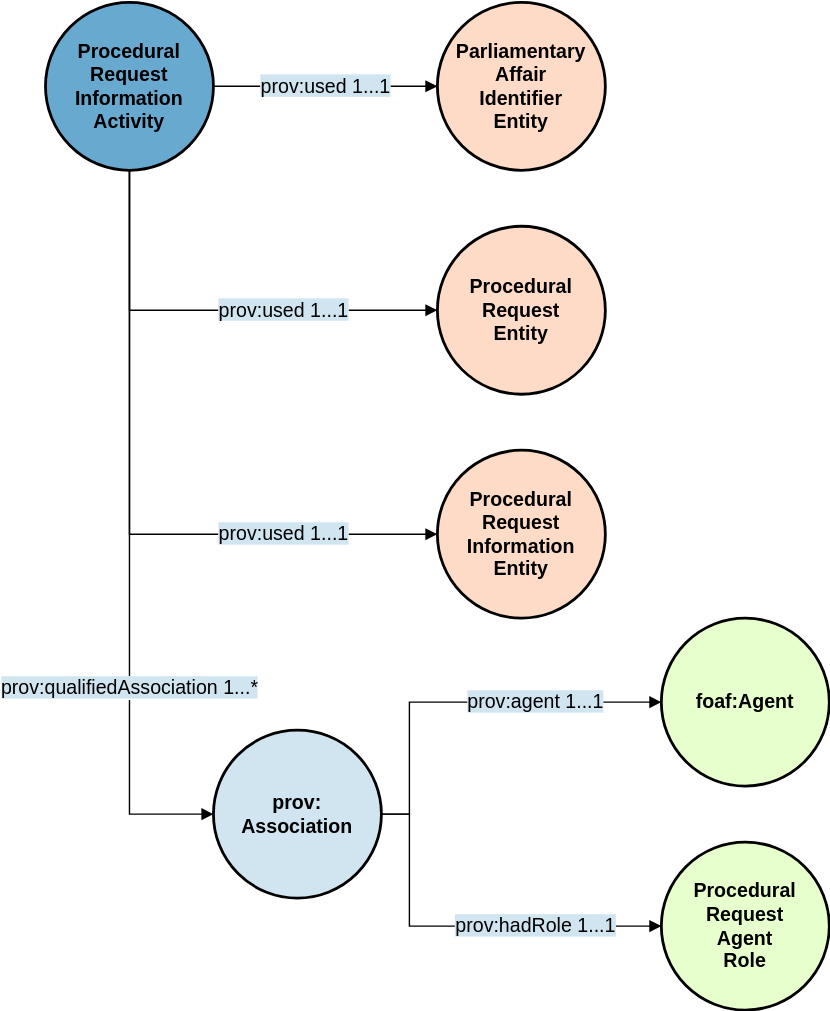
Earlier version of the draw.io export figures/procedural_request_information.svg (swiss/ch-paf-link). Source tidied: cells renumbered, new cells last; positions are measured from the earlier drawing's top-left corner, leaving out a move shared by most shapes. Its diagram source:
```xml
<mxGraphModel>
  <root>
    <mxCell id="0" />
    <mxCell id="1" parent="0" />
    <mxCell id="2" value="&lt;b&gt;Procedural&lt;/b&gt;&lt;div&gt;&lt;b&gt;Request&lt;/b&gt;&lt;/div&gt;&lt;div&gt;&lt;b&gt;Information&lt;/b&gt;&lt;/div&gt;&lt;div&gt;&lt;b&gt;Activity&lt;/b&gt;&lt;/div&gt;" style="ellipse;whiteSpace=wrap;html=1;rounded=0;shadow=0;glass=0;comic=0;strokeColor=#000000;strokeWidth=2;fillColor=#67A9CF;gradientColor=none;fontSize=14;fontColor=#000000;align=center;" parent="1" vertex="1">
      <mxGeometry width="120" height="120" as="geometry" />
    </mxCell>
    <mxCell id="3" value="&lt;b&gt;Parliamentary&lt;/b&gt;&lt;div&gt;&lt;b&gt;Affair&lt;/b&gt;&lt;/div&gt;&lt;div&gt;&lt;b&gt;Identifier&lt;/b&gt;&lt;/div&gt;&lt;div&gt;&lt;b&gt;Entity&lt;/b&gt;&lt;/div&gt;" style="ellipse;whiteSpace=wrap;html=1;rounded=0;shadow=0;glass=0;comic=0;strokeColor=#000000;strokeWidth=2;fillColor=#fddbc7;gradientColor=none;fontSize=14;fontColor=#000000;align=center;" parent="1" vertex="1">
      <mxGeometry x="280" width="120" height="120" as="geometry" />
    </mxCell>
    <mxCell id="4" value="&lt;span style=&quot;background-color: rgb(209, 229, 240);&quot;&gt;&lt;font&gt;prov:used 1...1&lt;/font&gt;&lt;/span&gt;" style="endArrow=block;html=1;strokeColor=#000000;fontSize=14;fontColor=#000000;endFill=1;exitX=1;exitY=0.5;exitDx=0;exitDy=0;entryX=0;entryY=0.5;entryDx=0;entryDy=0;edgeStyle=orthogonalEdgeStyle;rounded=0;curved=0;" parent="1" edge="1" source="2" target="3">
      <mxGeometry relative="1" as="geometry" />
    </mxCell>
    <mxCell id="5" value="&lt;b&gt;Procedural&lt;/b&gt;&lt;div&gt;&lt;b&gt;Request&lt;/b&gt;&lt;/div&gt;&lt;div&gt;&lt;b&gt;Entity&lt;/b&gt;&lt;/div&gt;" style="ellipse;whiteSpace=wrap;html=1;rounded=0;shadow=0;glass=0;comic=0;strokeColor=#000000;strokeWidth=2;fillColor=#fddbc7;gradientColor=none;fontSize=14;fontColor=#000000;align=center;" parent="1" vertex="1">
      <mxGeometry x="280" y="160" width="120" height="120" as="geometry" />
    </mxCell>
    <mxCell id="6" value="&lt;b&gt;Procedural&lt;/b&gt;&lt;div&gt;&lt;b&gt;Request&lt;/b&gt;&lt;/div&gt;&lt;div&gt;&lt;b&gt;Information&lt;/b&gt;&lt;/div&gt;&lt;div&gt;&lt;b&gt;Entity&lt;/b&gt;&lt;/div&gt;" style="ellipse;whiteSpace=wrap;html=1;rounded=0;shadow=0;glass=0;comic=0;strokeColor=#000000;strokeWidth=2;fillColor=#fddbc7;gradientColor=none;fontSize=14;fontColor=#000000;align=center;" parent="1" vertex="1">
      <mxGeometry x="280" y="320" width="120" height="120" as="geometry" />
    </mxCell>
    <mxCell id="7" value="&lt;b&gt;prov:&lt;br&gt;Association&lt;/b&gt;" style="ellipse;whiteSpace=wrap;html=1;rounded=0;shadow=0;glass=0;comic=0;strokeColor=#000000;strokeWidth=2;fillColor=#D1E5F0;gradientColor=none;fontSize=14;fontColor=#000000;align=center;" parent="1" vertex="1">
      <mxGeometry x="120" y="520" width="120" height="120" as="geometry" />
    </mxCell>
    <mxCell id="8" value="&lt;b&gt;foaf:Agent&lt;/b&gt;" style="ellipse;whiteSpace=wrap;html=1;rounded=0;shadow=0;glass=0;comic=0;strokeColor=#000000;strokeWidth=2;fillColor=#E6FFCC;gradientColor=none;fontSize=14;fontColor=#000000;align=center;" parent="1" vertex="1">
      <mxGeometry x="440" y="440" width="120" height="120" as="geometry" />
    </mxCell>
    <mxCell id="9" value="&lt;b&gt;Procedural&lt;/b&gt;&lt;div&gt;&lt;b&gt;Request&lt;/b&gt;&lt;/div&gt;&lt;div&gt;&lt;b&gt;Agent&lt;/b&gt;&lt;/div&gt;&lt;div&gt;&lt;b&gt;Role&lt;/b&gt;&lt;/div&gt;" style="ellipse;whiteSpace=wrap;html=1;rounded=0;shadow=0;glass=0;comic=0;strokeColor=#000000;strokeWidth=2;fillColor=#E6FFCC;gradientColor=none;fontSize=14;fontColor=#000000;align=center;" parent="1" vertex="1">
      <mxGeometry x="440" y="600" width="120" height="120" as="geometry" />
    </mxCell>
    <mxCell id="10" value="&lt;span style=&quot;background-color: rgb(209, 229, 240);&quot;&gt;&lt;font&gt;prov:used 1...1&lt;/font&gt;&lt;/span&gt;" style="endArrow=block;html=1;strokeColor=#000000;fontSize=14;fontColor=#000000;endFill=1;exitX=0.5;exitY=1;exitDx=0;exitDy=0;entryX=0;entryY=0.5;entryDx=0;entryDy=0;edgeStyle=orthogonalEdgeStyle;rounded=0;curved=0;" parent="1" edge="1" source="2" target="5">
      <mxGeometry x="0.31" relative="1" as="geometry" />
    </mxCell>
    <mxCell id="11" value="&lt;span style=&quot;background-color: rgb(209, 229, 240);&quot;&gt;&lt;font&gt;prov:used 1...1&lt;/font&gt;&lt;/span&gt;" style="endArrow=block;html=1;strokeColor=#000000;fontSize=14;fontColor=#000000;endFill=1;exitX=0.5;exitY=1;exitDx=0;exitDy=0;entryX=0;entryY=0.5;entryDx=0;entryDy=0;edgeStyle=orthogonalEdgeStyle;rounded=0;curved=0;" parent="1" edge="1" source="2" target="6">
      <mxGeometry x="0.54" relative="1" as="geometry" />
    </mxCell>
    <mxCell id="12" value="&lt;span style=&quot;background-color: rgb(209, 229, 240);&quot;&gt;&lt;font&gt;prov:qualifiedAssociation 1...*&lt;/font&gt;&lt;/span&gt;" style="endArrow=block;html=1;strokeColor=#000000;fontSize=14;fontColor=#000000;endFill=1;exitX=0.5;exitY=1;exitDx=0;exitDy=0;entryX=0;entryY=0.5;entryDx=0;entryDy=0;edgeStyle=orthogonalEdgeStyle;rounded=0;curved=0;" parent="1" edge="1" source="2" target="7">
      <mxGeometry x="0.42" relative="1" as="geometry" />
    </mxCell>
    <mxCell id="13" value="&lt;span style=&quot;background-color: rgb(209, 229, 240);&quot;&gt;&lt;font&gt;prov:agent 1...1&lt;/font&gt;&lt;/span&gt;" style="endArrow=block;html=1;strokeColor=#000000;fontSize=14;fontColor=#000000;endFill=1;exitX=1;exitY=0.5;exitDx=0;exitDy=0;entryX=0;entryY=0.5;entryDx=0;entryDy=0;edgeStyle=orthogonalEdgeStyle;rounded=0;curved=0;" parent="1" edge="1" source="7" target="8">
      <mxGeometry x="0.36" relative="1" as="geometry">
        <Array as="points">
          <mxPoint x="260" y="580" />
          <mxPoint x="260" y="500" />
        </Array>
      </mxGeometry>
    </mxCell>
    <mxCell id="14" value="&lt;span style=&quot;background-color: rgb(209, 229, 240);&quot;&gt;&lt;font&gt;prov:hadRole 1...1&lt;/font&gt;&lt;/span&gt;" style="endArrow=block;html=1;strokeColor=#000000;fontSize=14;fontColor=#000000;endFill=1;exitX=1;exitY=0.5;exitDx=0;exitDy=0;entryX=0;entryY=0.5;entryDx=0;entryDy=0;edgeStyle=orthogonalEdgeStyle;rounded=0;curved=0;" parent="1" edge="1" source="7" target="9">
      <mxGeometry x="0.36" relative="1" as="geometry">
        <Array as="points">
          <mxPoint x="260" y="580" />
          <mxPoint x="260" y="660" />
        </Array>
      </mxGeometry>
    </mxCell>
  </root>
</mxGraphModel>
```
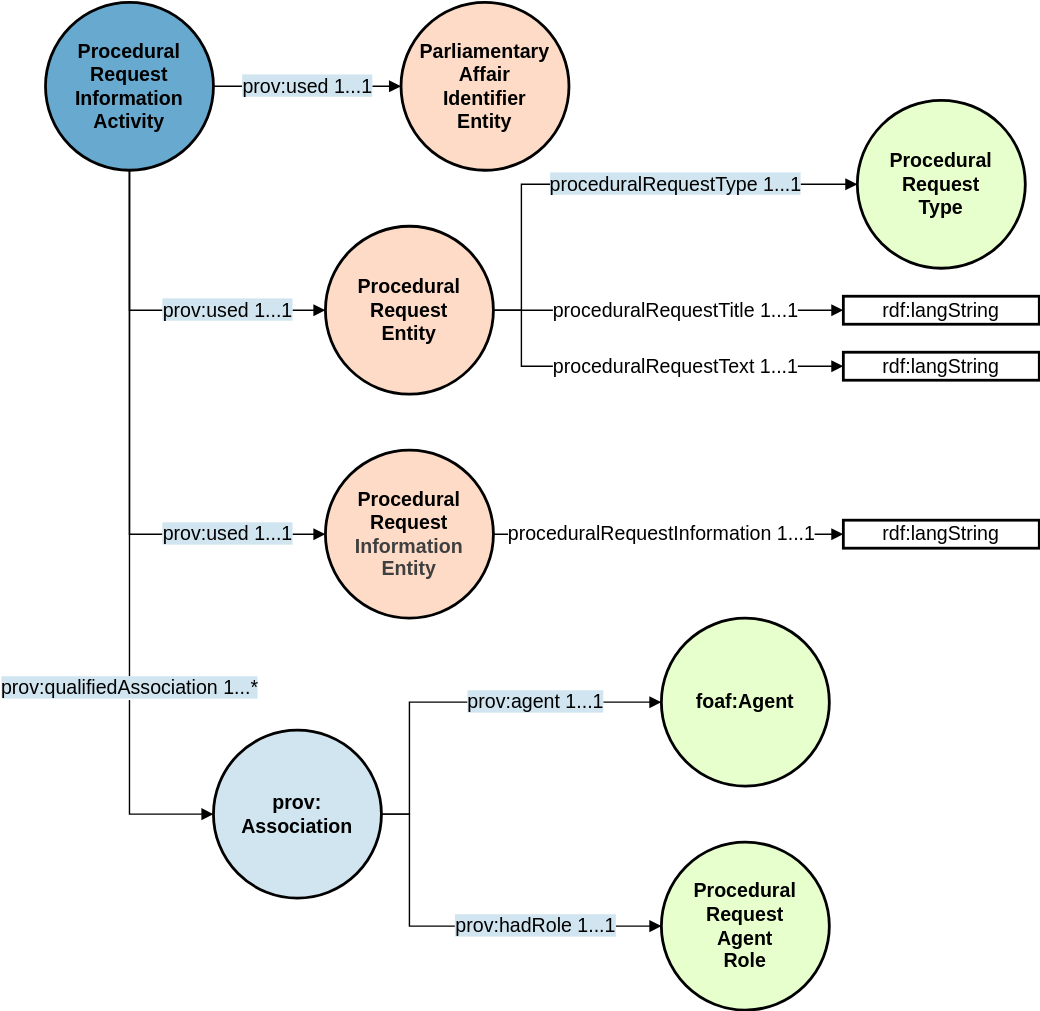
Above is the later version.

Change to the diagram source:
```diff
@@ -6,16 +6,16 @@
       <mxGeometry width="120" height="120" as="geometry" />
     </mxCell>
     <mxCell id="3" value="&lt;b&gt;Parliamentary&lt;/b&gt;&lt;div&gt;&lt;b&gt;Affair&lt;/b&gt;&lt;/div&gt;&lt;div&gt;&lt;b&gt;Identifier&lt;/b&gt;&lt;/div&gt;&lt;div&gt;&lt;b&gt;Entity&lt;/b&gt;&lt;/div&gt;" style="ellipse;whiteSpace=wrap;html=1;rounded=0;shadow=0;glass=0;comic=0;strokeColor=#000000;strokeWidth=2;fillColor=#fddbc7;gradientColor=none;fontSize=14;fontColor=#000000;align=center;" parent="1" vertex="1">
-      <mxGeometry x="280" width="120" height="120" as="geometry" />
+      <mxGeometry x="254" width="120" height="120" as="geometry" />
     </mxCell>
     <mxCell id="4" value="&lt;span style=&quot;background-color: rgb(209, 229, 240);&quot;&gt;&lt;font&gt;prov:used 1...1&lt;/font&gt;&lt;/span&gt;" style="endArrow=block;html=1;strokeColor=#000000;fontSize=14;fontColor=#000000;endFill=1;exitX=1;exitY=0.5;exitDx=0;exitDy=0;entryX=0;entryY=0.5;entryDx=0;entryDy=0;edgeStyle=orthogonalEdgeStyle;rounded=0;curved=0;" parent="1" edge="1" source="2" target="3">
       <mxGeometry relative="1" as="geometry" />
     </mxCell>
     <mxCell id="5" value="&lt;b&gt;Procedural&lt;/b&gt;&lt;div&gt;&lt;b&gt;Request&lt;/b&gt;&lt;/div&gt;&lt;div&gt;&lt;b&gt;Entity&lt;/b&gt;&lt;/div&gt;" style="ellipse;whiteSpace=wrap;html=1;rounded=0;shadow=0;glass=0;comic=0;strokeColor=#000000;strokeWidth=2;fillColor=#fddbc7;gradientColor=none;fontSize=14;fontColor=#000000;align=center;" parent="1" vertex="1">
-      <mxGeometry x="280" y="160" width="120" height="120" as="geometry" />
+      <mxGeometry x="200" y="160" width="120" height="120" as="geometry" />
     </mxCell>
-    <mxCell id="6" value="&lt;b&gt;Procedural&lt;/b&gt;&lt;div&gt;&lt;b&gt;Request&lt;/b&gt;&lt;/div&gt;&lt;div&gt;&lt;b&gt;Information&lt;/b&gt;&lt;/div&gt;&lt;div&gt;&lt;b&gt;Entity&lt;/b&gt;&lt;/div&gt;" style="ellipse;whiteSpace=wrap;html=1;rounded=0;shadow=0;glass=0;comic=0;strokeColor=#000000;strokeWidth=2;fillColor=#fddbc7;gradientColor=none;fontSize=14;fontColor=#000000;align=center;" parent="1" vertex="1">
-      <mxGeometry x="280" y="320" width="120" height="120" as="geometry" />
+    <mxCell id="6" value="&lt;b&gt;Procedural&lt;/b&gt;&lt;div&gt;&lt;b&gt;Request&lt;/b&gt;&lt;/div&gt;&lt;div&gt;&lt;b style=&quot;color: rgb(63, 63, 63); background-color: transparent;&quot;&gt;Information&lt;/b&gt;&lt;/div&gt;&lt;div&gt;&lt;b style=&quot;color: rgb(63, 63, 63); background-color: transparent;&quot;&gt;Entity&lt;/b&gt;&lt;/div&gt;" style="ellipse;whiteSpace=wrap;html=1;rounded=0;shadow=0;glass=0;comic=0;strokeColor=#000000;strokeWidth=2;fillColor=#fddbc7;gradientColor=none;fontSize=14;fontColor=#000000;align=center;" parent="1" vertex="1">
+      <mxGeometry x="200" y="320" width="120" height="120" as="geometry" />
     </mxCell>
     <mxCell id="7" value="&lt;b&gt;prov:&lt;br&gt;Association&lt;/b&gt;" style="ellipse;whiteSpace=wrap;html=1;rounded=0;shadow=0;glass=0;comic=0;strokeColor=#000000;strokeWidth=2;fillColor=#D1E5F0;gradientColor=none;fontSize=14;fontColor=#000000;align=center;" parent="1" vertex="1">
       <mxGeometry x="120" y="520" width="120" height="120" as="geometry" />
@@ -27,10 +27,10 @@
       <mxGeometry x="440" y="600" width="120" height="120" as="geometry" />
     </mxCell>
     <mxCell id="10" value="&lt;span style=&quot;background-color: rgb(209, 229, 240);&quot;&gt;&lt;font&gt;prov:used 1...1&lt;/font&gt;&lt;/span&gt;" style="endArrow=block;html=1;strokeColor=#000000;fontSize=14;fontColor=#000000;endFill=1;exitX=0.5;exitY=1;exitDx=0;exitDy=0;entryX=0;entryY=0.5;entryDx=0;entryDy=0;edgeStyle=orthogonalEdgeStyle;rounded=0;curved=0;" parent="1" edge="1" source="2" target="5">
-      <mxGeometry x="0.31" relative="1" as="geometry" />
+      <mxGeometry x="0.42" relative="1" as="geometry" />
     </mxCell>
     <mxCell id="11" value="&lt;span style=&quot;background-color: rgb(209, 229, 240);&quot;&gt;&lt;font&gt;prov:used 1...1&lt;/font&gt;&lt;/span&gt;" style="endArrow=block;html=1;strokeColor=#000000;fontSize=14;fontColor=#000000;endFill=1;exitX=0.5;exitY=1;exitDx=0;exitDy=0;entryX=0;entryY=0.5;entryDx=0;entryDy=0;edgeStyle=orthogonalEdgeStyle;rounded=0;curved=0;" parent="1" edge="1" source="2" target="6">
-      <mxGeometry x="0.54" relative="1" as="geometry" />
+      <mxGeometry x="0.65" relative="1" as="geometry" />
     </mxCell>
     <mxCell id="12" value="&lt;span style=&quot;background-color: rgb(209, 229, 240);&quot;&gt;&lt;font&gt;prov:qualifiedAssociation 1...*&lt;/font&gt;&lt;/span&gt;" style="endArrow=block;html=1;strokeColor=#000000;fontSize=14;fontColor=#000000;endFill=1;exitX=0.5;exitY=1;exitDx=0;exitDy=0;entryX=0;entryY=0.5;entryDx=0;entryDy=0;edgeStyle=orthogonalEdgeStyle;rounded=0;curved=0;" parent="1" edge="1" source="2" target="7">
       <mxGeometry x="0.42" relative="1" as="geometry" />
@@ -51,5 +51,39 @@
         </Array>
       </mxGeometry>
     </mxCell>
+    <mxCell id="15" value="proceduralRequestTitle 1...1" style="endArrow=block;html=1;strokeColor=#000000;fontSize=14;fontColor=#000000;endFill=1;exitX=1;exitY=0.5;exitDx=0;exitDy=0;entryX=0;entryY=0.5;entryDx=0;entryDy=0;" parent="1" edge="1" source="5" target="16">
+      <mxGeometry x="0.04" relative="1" as="geometry" />
+    </mxCell>
+    <mxCell id="16" value="rdf:langString" style="whiteSpace=wrap;html=1;rounded=0;shadow=0;glass=0;comic=0;strokeColor=#000000;strokeWidth=2;fillColor=#FFFFFF;gradientColor=none;fontSize=14;fontColor=#000000;align=center;" parent="1" vertex="1">
+      <mxGeometry x="570" y="210" width="140" height="20" as="geometry" />
+    </mxCell>
+    <mxCell id="17" value="proceduralRequestText 1...1" style="endArrow=block;html=1;strokeColor=#000000;fontSize=14;fontColor=#000000;endFill=1;entryX=0;entryY=0.5;entryDx=0;entryDy=0;rounded=0;curved=0;" parent="1" edge="1" target="18">
+      <mxGeometry x="0.11" relative="1" as="geometry">
+        <mxPoint x="340" y="220" as="sourcePoint" />
+        <Array as="points">
+          <mxPoint x="340" y="260" />
+        </Array>
+      </mxGeometry>
+    </mxCell>
+    <mxCell id="18" value="rdf:langString" style="whiteSpace=wrap;html=1;rounded=0;shadow=0;glass=0;comic=0;strokeColor=#000000;strokeWidth=2;fillColor=#FFFFFF;gradientColor=none;fontSize=14;fontColor=#000000;align=center;" parent="1" vertex="1">
+      <mxGeometry x="570" y="250" width="140" height="20" as="geometry" />
+    </mxCell>
+    <mxCell id="19" value="&lt;b&gt;Procedural&lt;/b&gt;&lt;div&gt;&lt;b&gt;Request&lt;/b&gt;&lt;/div&gt;&lt;div&gt;&lt;b&gt;Type&lt;/b&gt;&lt;/div&gt;" style="ellipse;whiteSpace=wrap;html=1;rounded=0;shadow=0;glass=0;comic=0;strokeColor=#000000;strokeWidth=2;fillColor=#E6FFCC;gradientColor=none;fontSize=14;fontColor=#000000;align=center;" parent="1" vertex="1">
+      <mxGeometry x="580" y="70" width="120" height="120" as="geometry" />
+    </mxCell>
+    <mxCell id="20" value="&lt;span style=&quot;background-color: rgb(209, 229, 240);&quot;&gt;&lt;font&gt;proceduralRequestType 1...1&lt;/font&gt;&lt;/span&gt;" style="endArrow=block;html=1;strokeColor=#000000;fontSize=14;fontColor=#000000;endFill=1;exitX=1;exitY=0.5;exitDx=0;exitDy=0;entryX=0;entryY=0.5;entryDx=0;entryDy=0;edgeStyle=orthogonalEdgeStyle;rounded=0;curved=0;" parent="1" edge="1" source="5" target="19">
+      <mxGeometry x="0.26" relative="1" as="geometry">
+        <Array as="points">
+          <mxPoint x="340" y="220" />
+          <mxPoint x="340" y="130" />
+        </Array>
+      </mxGeometry>
+    </mxCell>
+    <mxCell id="21" value="proceduralRequestInformation 1...1" style="endArrow=block;html=1;strokeColor=#000000;fontSize=14;fontColor=#000000;endFill=1;entryX=0;entryY=0.5;entryDx=0;entryDy=0;exitX=1;exitY=0.5;exitDx=0;exitDy=0;" parent="1" edge="1" source="6" target="22">
+      <mxGeometry x="-0.04" relative="1" as="geometry" />
+    </mxCell>
+    <mxCell id="22" value="rdf:langString" style="whiteSpace=wrap;html=1;rounded=0;shadow=0;glass=0;comic=0;strokeColor=#000000;strokeWidth=2;fillColor=#FFFFFF;gradientColor=none;fontSize=14;fontColor=#000000;align=center;" parent="1" vertex="1">
+      <mxGeometry x="570" y="370" width="140" height="20" as="geometry" />
+    </mxCell>
   </root>
 </mxGraphModel>
```
